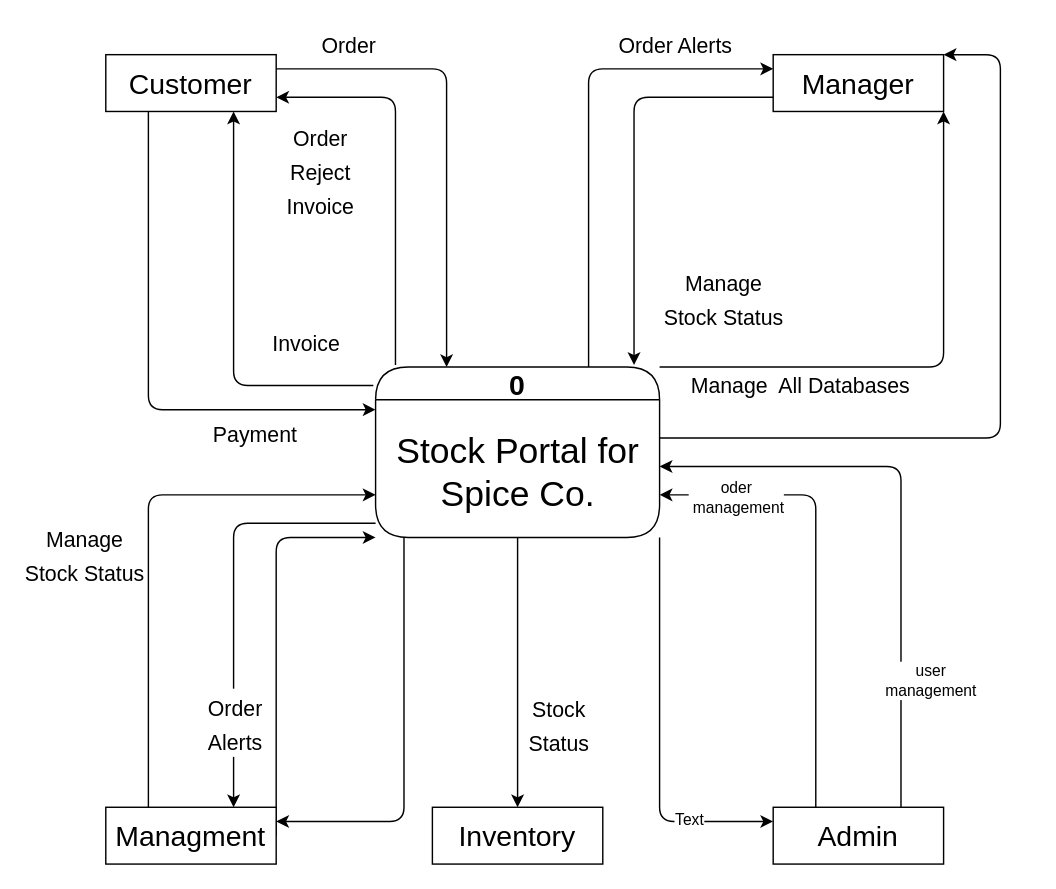
Before: Documentation/Charts/DFD(Context).drawio in AnushkaIsuranga/Stock_Portal_for_Spice_Co., a draw.io diagram. Source tidied: cells renumbered, new cells numbered last; positions are measured from the earlier drawing's top-left corner, leaving out a move shared by most shapes. Both pictures are drawn from the tidied source at 142%, with x=0, y=0 at pixel (77, 40).
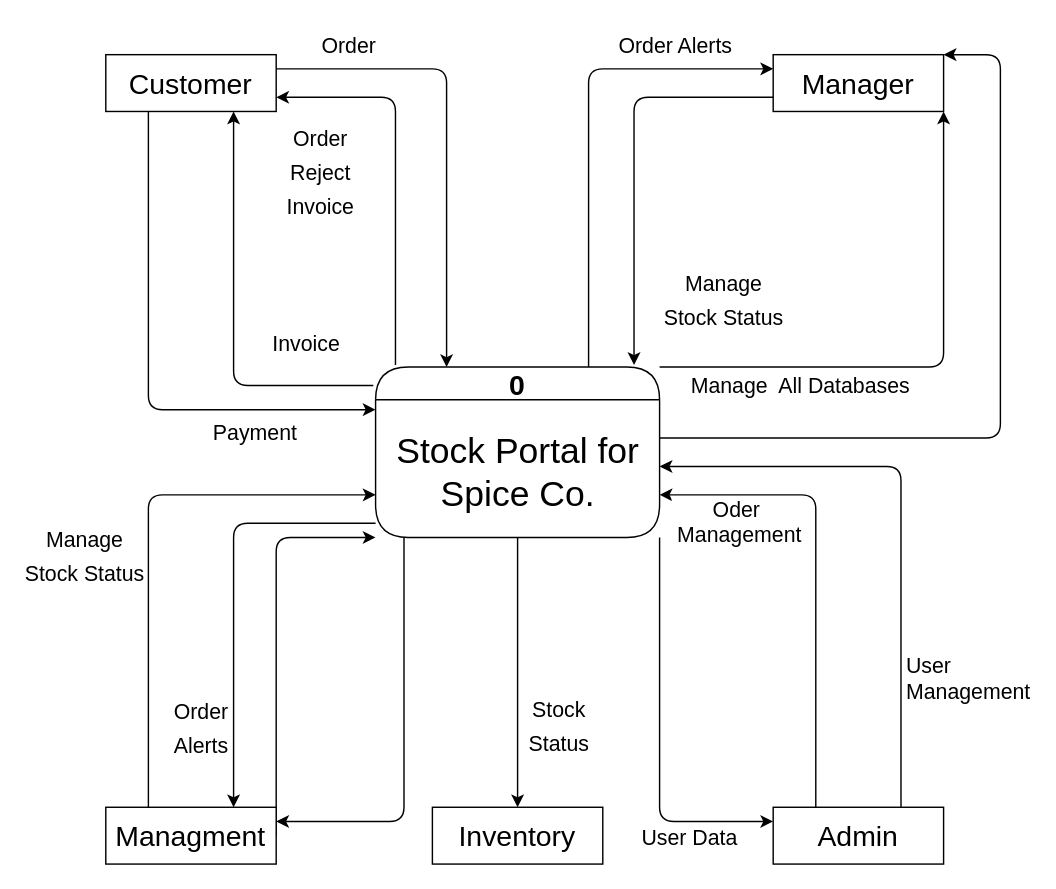
The same diagram, later.

Unchanged cells that the change refers to:
```xml
<mxCell id="3" style="edgeStyle=none;html=1;exitX=1;exitY=1;exitDx=0;exitDy=0;entryX=0;entryY=0.25;entryDx=0;entryDy=0;" parent="1" edge="1" source="5" target="9">
  <mxGeometry relative="1" as="geometry">
    <Array as="points">
      <mxPoint x="410" y="550" />
    </Array>
  </mxGeometry>
</mxCell>
<mxCell id="13" style="endArrow=classic;html=1;fontSize=20;entryX=0.75;entryY=0;entryDx=0;entryDy=0;" parent="1" edge="1" target="12">
  <mxGeometry relative="1" as="geometry">
    <mxPoint x="210" y="340" as="sourcePoint" />
    <Array as="points">
      <mxPoint x="110" y="340" />
    </Array>
  </mxGeometry>
</mxCell>
<mxCell id="23" style="endArrow=classic;html=1;fontSize=20;entryX=1;entryY=0.75;entryDx=0;entryDy=0;" parent="1" edge="1" target="5">
  <mxGeometry relative="1" as="geometry">
    <mxPoint x="520" y="540" as="sourcePoint" />
    <Array as="points">
      <mxPoint x="520" y="320" />
    </Array>
  </mxGeometry>
</mxCell>
```

Diff of the diagram source:
```diff
@@
-    <mxCell id="4" value="Text" style="edgeLabel;html=1;align=center;verticalAlign=middle;" parent="3" vertex="1">
-      <mxGeometry x="0.57" y="2" relative="1" as="geometry" />
+    <mxCell id="4" value="&lt;font style=&quot;font-size: 15px;&quot;&gt;User Data&lt;/font&gt;" style="edgeLabel;html=1;align=center;verticalAlign=middle;" parent="3" vertex="1">
+      <mxGeometry x="0.57" y="2" relative="1" as="geometry">
+        <mxPoint y="12" as="offset" />
+      </mxGeometry>
     </mxCell>
@@
     <mxCell id="14" value="&lt;font style=&quot;font-size: 15px;&quot;&gt;Order&lt;br&gt;Alerts&lt;br&gt;&lt;/font&gt;" style="edgeLabel;html=1;align=center;verticalAlign=middle;fontSize=20;" parent="13" vertex="1">
       <mxGeometry x="0.65" y="1" relative="1" as="geometry">
-        <mxPoint x="-1" y="-9" as="offset" />
+        <mxPoint x="-25" y="-7" as="offset" />
       </mxGeometry>
     </mxCell>
@@
-    <mxCell id="24" value="oder&lt;br&gt;&amp;nbsp;management" style="edgeLabel;html=1;align=center;verticalAlign=middle;" parent="23" vertex="1">
-      <mxGeometry x="0.68" y="1" relative="1" as="geometry" />
+    <mxCell id="24" value="&lt;font style=&quot;font-size: 15px;&quot;&gt;Oder&lt;br&gt;&amp;nbsp;Management&lt;/font&gt;" style="edgeLabel;html=1;align=center;verticalAlign=middle;" parent="23" vertex="1">
+      <mxGeometry x="0.68" y="1" relative="1" as="geometry">
+        <mxPoint y="17" as="offset" />
+      </mxGeometry>
     </mxCell>
@@
     <mxCell id="35" value="&lt;font style=&quot;font-size: 15px;&quot;&gt;Payment&lt;br&gt;&lt;/font&gt;" style="edgeLabel;html=1;align=center;verticalAlign=middle;fontSize=20;" parent="1" vertex="1">
-      <mxGeometry x="140" y="280" as="geometry">
+      <mxGeometry x="140" y="279" as="geometry">
         <mxPoint x="-16" y="-6" as="offset" />
       </mxGeometry>
     </mxCell>
@@
-    <mxCell id="38" value="user &lt;br&gt;management" style="edgeLabel;html=1;align=center;verticalAlign=middle;" parent="1" vertex="1">
-      <mxGeometry x="600" y="450" as="geometry" />
+    <mxCell id="38" value="&lt;font style=&quot;font-size: 15px;&quot;&gt;User &lt;br&gt;Management&lt;/font&gt;" style="edgeLabel;html=1;align=left;verticalAlign=middle;" parent="1" vertex="1">
+      <mxGeometry x="590" y="450" as="geometry">
+        <mxPoint x="-8" y="-2" as="offset" />
+      </mxGeometry>
     </mxCell>
```
